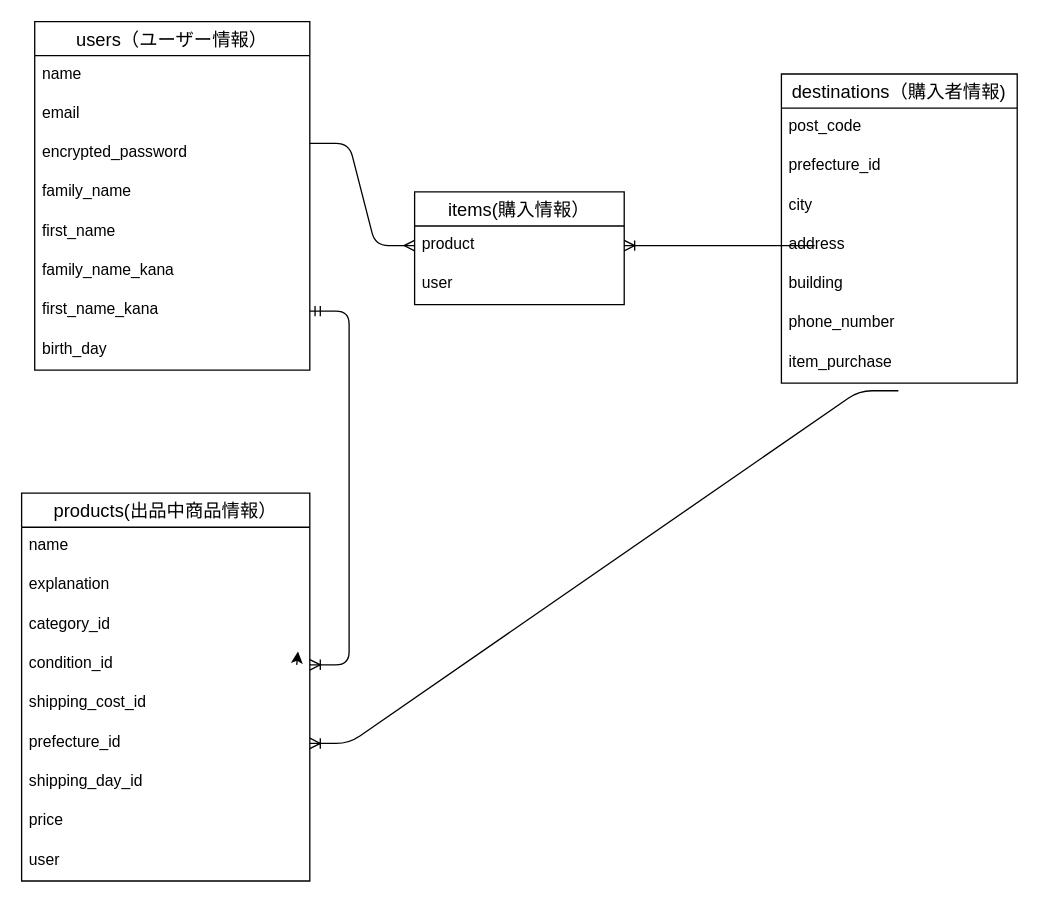
Above: furima.dio in pyonkichi0628/furima-38835 (draw.io), before the change. Source tidied: cells renumbered, new cells numbered last; positions are measured from the earlier drawing's top-left corner, leaving out a move shared by most shapes. Both pictures are drawn from the tidied source at 131%, with x=0, y=0 at pixel (21, 21).
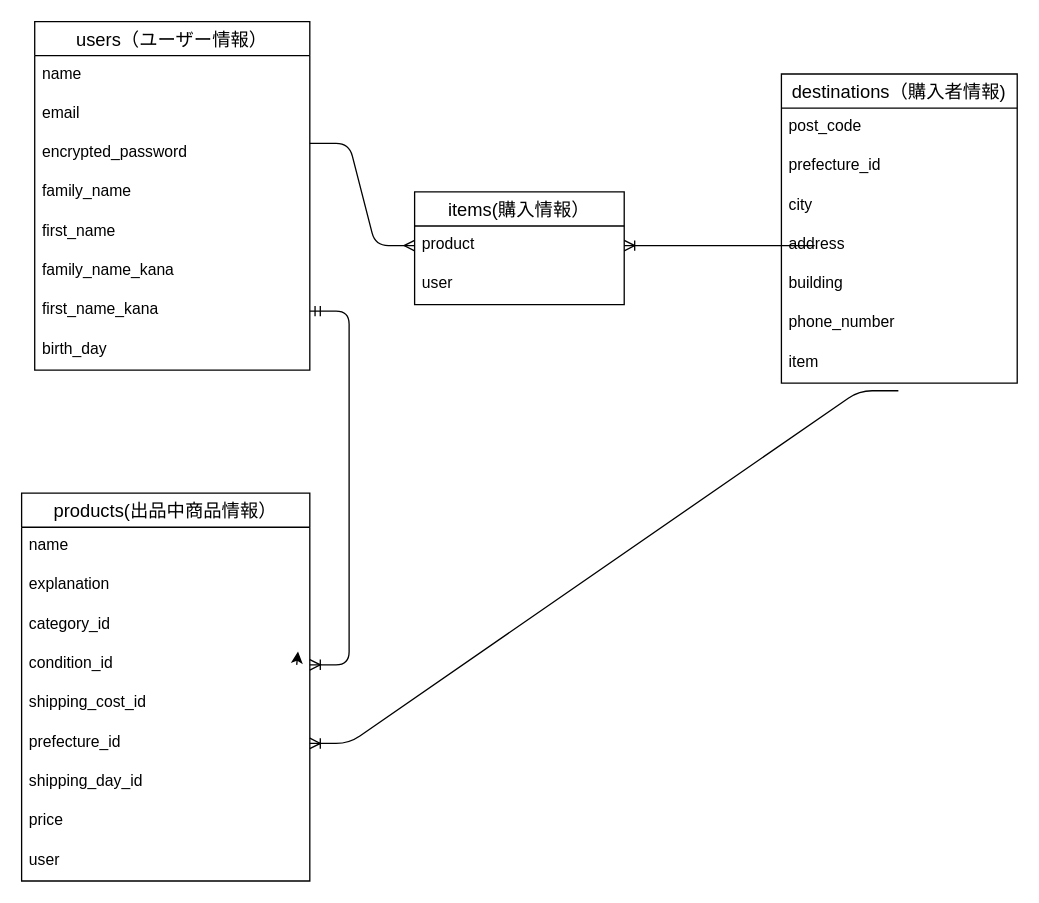
The same diagram, later.

Commit message (it also covers changes not shown here):
データベース設計_修正12

The change refers to these unchanged cells:
```xml
<mxCell id="11" value="destinations（購入者情報)" style="swimlane;fontStyle=0;horizontal=1;startSize=26;align=center;fontSize=14;" parent="1" vertex="1">
  <mxGeometry x="580" y="40" width="180" height="236" as="geometry" />
</mxCell>
```

Diff of the diagram source:
```diff
@@
-    <mxCell id="18" value="item_purchase" style="text;strokeColor=none;fillColor=none;spacingLeft=4;spacingRight=4;overflow=hidden;points=[[0,0.5],[1,0.5]];portConstraint=eastwest;fontSize=12;" parent="11" vertex="1">
+    <mxCell id="18" value="item" style="text;strokeColor=none;fillColor=none;spacingLeft=4;spacingRight=4;overflow=hidden;points=[[0,0.5],[1,0.5]];portConstraint=eastwest;fontSize=12;" parent="11" vertex="1">
       <mxGeometry y="206" width="180" height="30" as="geometry" />
     </mxCell>
```
